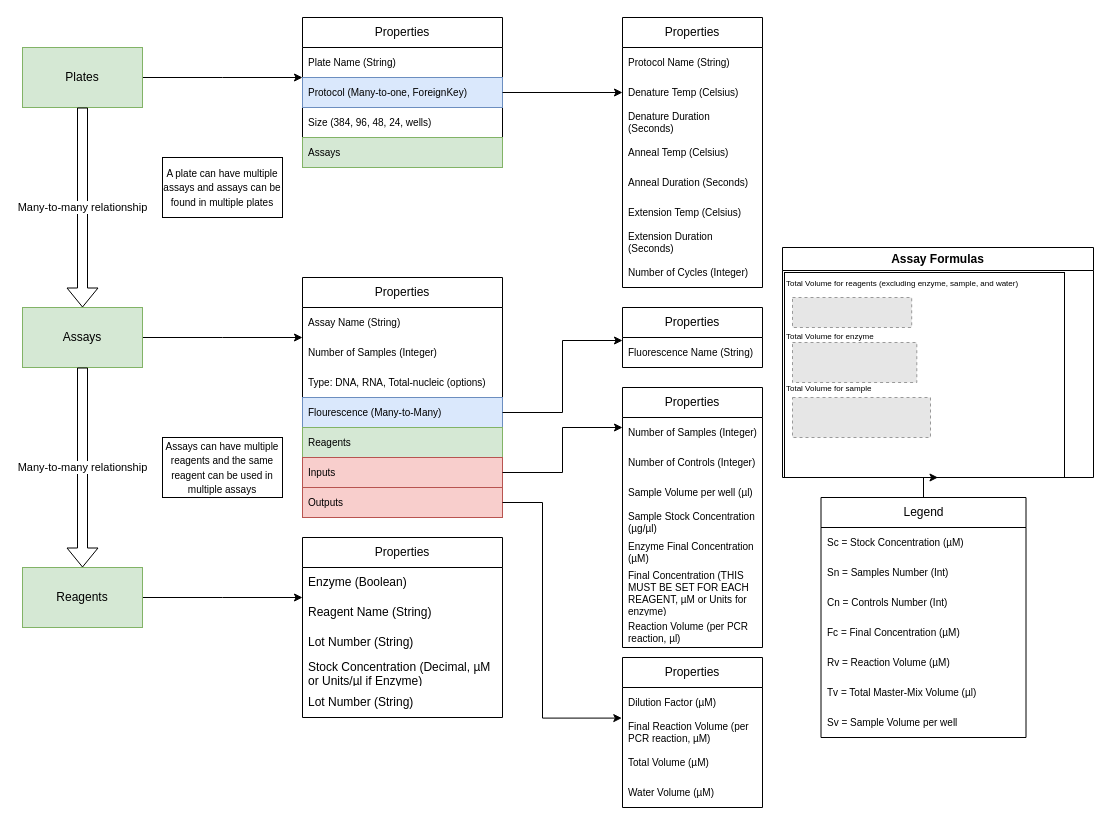
FusRaDa/pcr-paperwork-website-draw keeps this draw.io diagram as page "Plate Schema" (5 of 5) of Untitled Diagram.drawio. Above is the earlier version. Source tidied: cells renumbered, new cells numbered last; positions are measured from the earlier drawing's top-left corner, leaving out a move shared by most shapes. Both pictures are drawn from the tidied source at 100%, with x=0, y=0 at pixel (22, 17). Pictures stored in the file or linked from it are replaced by grey dashed boxes.
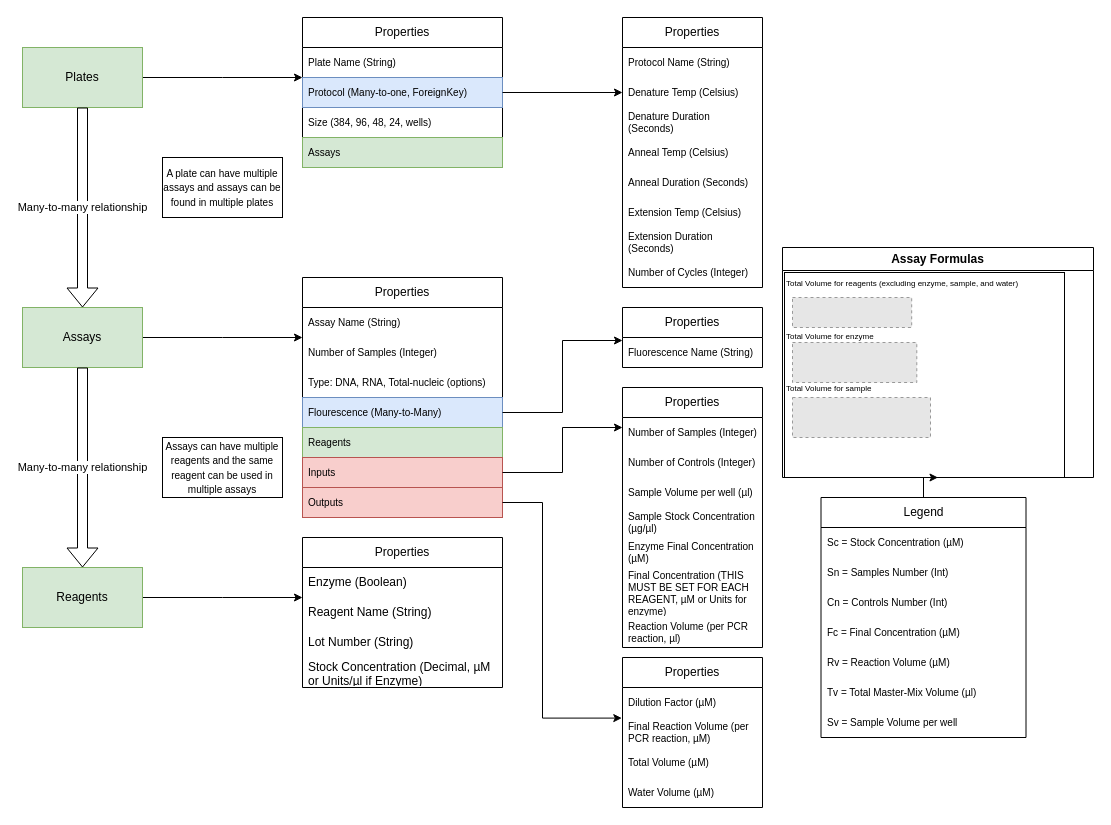
Above is the later version.

Change to the diagram source:
```diff
@@
     <mxCell id="38" value="Properties" style="swimlane;fontStyle=0;horizontal=1;startSize=30;whiteSpace=wrap;html=1;" parent="1" vertex="1">
-      <mxGeometry x="280" y="520" width="200" height="180" as="geometry" />
+      <mxGeometry x="280" y="520" width="200" height="150" as="geometry" />
     </mxCell>
@@
-    <mxCell id="43" value="Lot Number (String)" style="text;strokeColor=none;fillColor=none;align=left;verticalAlign=middle;spacingLeft=4;spacingRight=4;overflow=hidden;whiteSpace=wrap;html=1;" parent="38" vertex="1">
-      <mxGeometry y="150" width="200" height="30" as="geometry" />
-    </mxCell>
```
